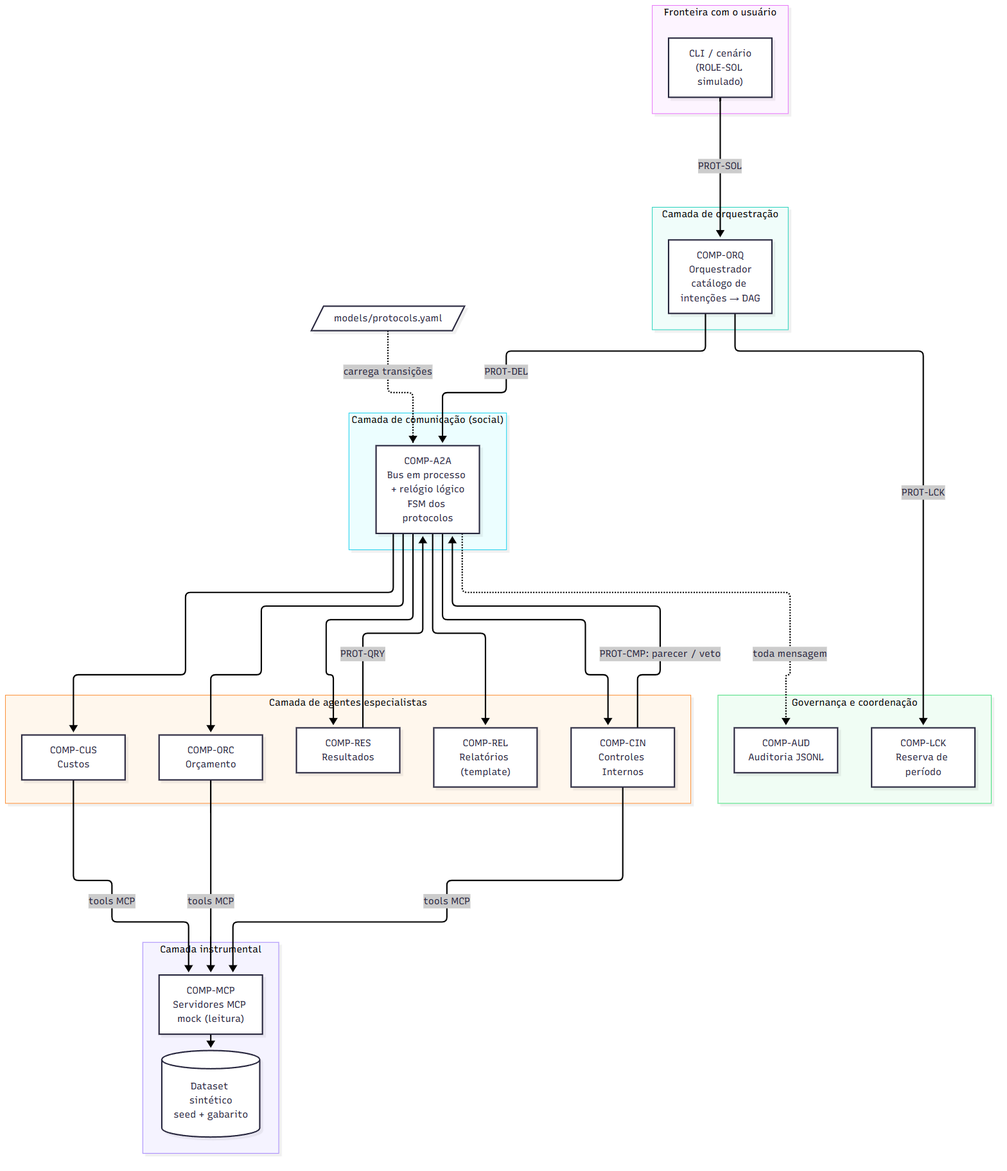
Earlier version of the Mermaid export entregas/dsm2/diagramas/arquitetura_camadas.png (danrley-ribeiro/fin-dept-multiagents-project). Its source is kept beside it as entregas/dsm2/modelos-editaveis/arquitetura_camadas.mmd. Source of this version:
```mermaid
flowchart TB
  subgraph UI["Fronteira com o usuário"]
    CLI["CLI / cenário<br/>(ROLE-SOL simulado)"]
  end
  subgraph ORQ["Camada de orquestração"]
    AORQ["COMP-ORQ<br/>Orquestrador<br/>catálogo de intenções → DAG"]
  end
  subgraph AG["Camada de agentes especialistas"]
    ACUS["COMP-CUS<br/>Custos"]
    AORC["COMP-ORC<br/>Orçamento"]
    ARES["COMP-RES<br/>Resultados"]
    ACIN["COMP-CIN<br/>Controles Internos"]
    AREL["COMP-REL<br/>Relatórios (template)"]
  end
  subgraph COM["Camada de comunicação (social)"]
    BUS["COMP-A2A<br/>Bus em processo + relógio lógico<br/>FSM dos protocolos"]
  end
  subgraph GOV["Governança e coordenação"]
    AUD["COMP-AUD<br/>Auditoria JSONL"]
    LCK["COMP-LCK<br/>Reserva de período"]
  end
  subgraph INS["Camada instrumental"]
    MCP["COMP-MCP<br/>Servidores MCP mock (leitura)"]
    DS[("Dataset sintético<br/>seed + gabarito")]
  end
  YAML[/"models/protocols.yaml"/]

  CLI -- "PROT-SOL" --> AORQ
  AORQ -- "PROT-DEL" --> BUS
  BUS --> ACUS & AORC & ARES & ACIN & AREL
  ARES -- "PROT-QRY" --> BUS
  ACIN -- "PROT-CMP: parecer / veto" --> BUS
  AORQ -- "PROT-LCK" --> LCK
  ACUS & AORC & ACIN -- "tools MCP" --> MCP
  MCP --> DS
  BUS -. "toda mensagem" .-> AUD
  YAML -. "carrega transições" .-> BUS
```
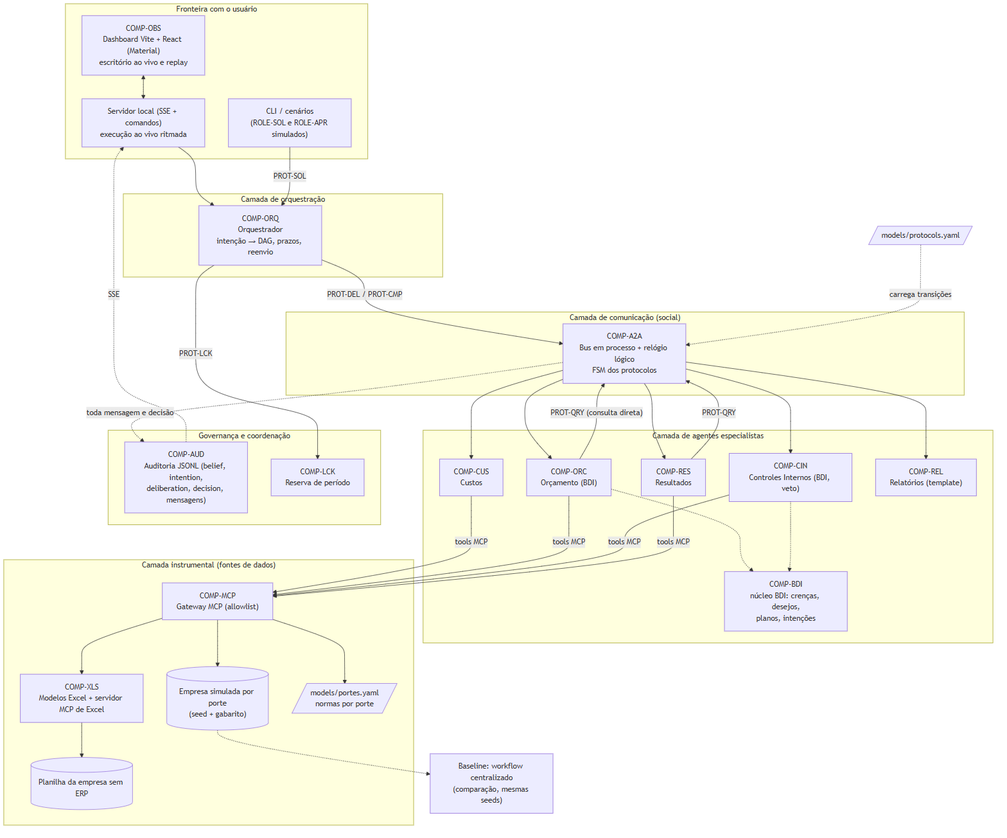
After the change.

The edit, as a diff of the source:
```diff
@@ -1,37 +1,50 @@
 flowchart TB
   subgraph UI["Fronteira com o usuário"]
-    CLI["CLI / cenário<br/>(ROLE-SOL simulado)"]
+    WEB["COMP-OBS<br/>Dashboard Vite + React (Material)<br/>escritório ao vivo e replay"]
+    CLI["CLI / cenários<br/>(ROLE-SOL e ROLE-APR simulados)"]
+    SRV["Servidor local (SSE + comandos)<br/>execução ao vivo ritmada"]
   end
   subgraph ORQ["Camada de orquestração"]
-    AORQ["COMP-ORQ<br/>Orquestrador<br/>catálogo de intenções → DAG"]
+    AORQ["COMP-ORQ<br/>Orquestrador<br/>intenção → DAG, prazos, reenvio"]
   end
   subgraph AG["Camada de agentes especialistas"]
     ACUS["COMP-CUS<br/>Custos"]
-    AORC["COMP-ORC<br/>Orçamento"]
+    AORC["COMP-ORC<br/>Orçamento (BDI)"]
     ARES["COMP-RES<br/>Resultados"]
-    ACIN["COMP-CIN<br/>Controles Internos"]
+    ACIN["COMP-CIN<br/>Controles Internos (BDI, veto)"]
     AREL["COMP-REL<br/>Relatórios (template)"]
+    BDI["COMP-BDI<br/>núcleo BDI: crenças, desejos,<br/>planos, intenções"]
   end
   subgraph COM["Camada de comunicação (social)"]
     BUS["COMP-A2A<br/>Bus em processo + relógio lógico<br/>FSM dos protocolos"]
   end
   subgraph GOV["Governança e coordenação"]
-    AUD["COMP-AUD<br/>Auditoria JSONL"]
+    AUD["COMP-AUD<br/>Auditoria JSONL (belief, intention,<br/>deliberation, decision, mensagens)"]
     LCK["COMP-LCK<br/>Reserva de período"]
   end
-  subgraph INS["Camada instrumental"]
-    MCP["COMP-MCP<br/>Servidores MCP mock (leitura)"]
-    DS[("Dataset sintético<br/>seed + gabarito")]
+  subgraph INS["Camada instrumental (fontes de dados)"]
+    MCP["COMP-MCP<br/>Gateway MCP (allowlist)"]
+    XLS["COMP-XLS<br/>Modelos Excel + servidor MCP de Excel"]
+    DS[("Empresa simulada por porte<br/>(seed + gabarito)")]
+    PL[("Planilha da empresa sem ERP")]
+    NRM[/"models/portes.yaml<br/>normas por porte"/]
   end
   YAML[/"models/protocols.yaml"/]
+  BASE["Baseline: workflow centralizado<br/>(comparação, mesmas seeds)"]
 
+  WEB <--> SRV
+  SRV --> AORQ
   CLI -- "PROT-SOL" --> AORQ
-  AORQ -- "PROT-DEL" --> BUS
+  AORQ -- "PROT-DEL / PROT-CMP" --> BUS
   BUS --> ACUS & AORC & ARES & ACIN & AREL
+  AORC & ACIN -.-> BDI
   ARES -- "PROT-QRY" --> BUS
-  ACIN -- "PROT-CMP: parecer / veto" --> BUS
+  AORC -- "PROT-QRY (consulta direta)" --> BUS
   AORQ -- "PROT-LCK" --> LCK
-  ACUS & AORC & ACIN -- "tools MCP" --> MCP
-  MCP --> DS
-  BUS -. "toda mensagem" .-> AUD
+  ACUS & AORC & ACIN & ARES -- "tools MCP" --> MCP
+  MCP --> DS & XLS & NRM
+  XLS --> PL
+  BUS -. "toda mensagem e decisão" .-> AUD
+  AUD -. "SSE" .-> SRV
   YAML -. "carrega transições" .-> BUS
+  DS -.-> BASE
```
